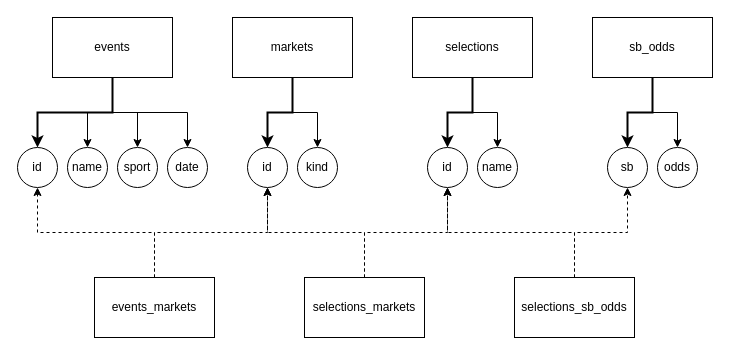
The draw.io diagram db2/Untitled Diagram.drawio in loemra/live_odds_scraper, before the edit. Source tidied: cells renumbered, new cells numbered last; positions are measured from the earlier drawing's top-left corner, leaving out a move shared by most shapes. Both pictures are drawn from the tidied source at 100%, with x=0, y=0 at pixel (17, 17).
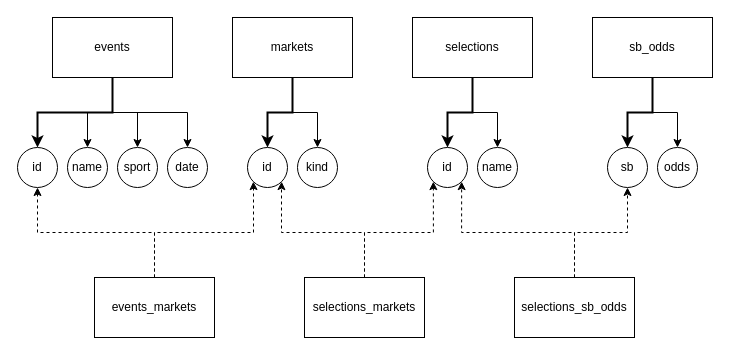
The same diagram, later.

Commit message:
separated arrows for added clarity.

Unchanged cells that the change refers to:
```xml
<mxCell id="14" value="id" style="ellipse;whiteSpace=wrap;html=1;" parent="1" vertex="1">
  <mxGeometry x="230" y="130" width="40" height="40" as="geometry" />
</mxCell>
<mxCell id="19" value="id" style="ellipse;whiteSpace=wrap;html=1;" parent="1" vertex="1">
  <mxGeometry x="410" y="130" width="40" height="40" as="geometry" />
</mxCell>
<mxCell id="28" value="events_markets" style="rounded=0;whiteSpace=wrap;html=1;" parent="1" vertex="1">
  <mxGeometry x="77" y="260" width="120" height="60" as="geometry" />
</mxCell>
<mxCell id="31" value="selections_markets" style="rounded=0;whiteSpace=wrap;html=1;" parent="1" vertex="1">
  <mxGeometry x="287" y="260" width="120" height="60" as="geometry" />
</mxCell>
<mxCell id="34" value="&lt;div&gt;selections_sb_odds&lt;/div&gt;" style="rounded=0;whiteSpace=wrap;html=1;" parent="1" vertex="1">
  <mxGeometry x="497" y="260" width="120" height="60" as="geometry" />
</mxCell>
```

What changed in the source:
```diff
@@
-    <mxCell id="27" style="edgeStyle=orthogonalEdgeStyle;rounded=0;jettySize=auto;html=1;exitX=0.5;exitY=0;exitDx=0;exitDy=0;entryX=0.5;entryY=1;entryDx=0;entryDy=0;dashed=1;" parent="1" edge="1" source="28" target="14">
-      <mxGeometry relative="1" as="geometry" />
+    <mxCell id="27" style="edgeStyle=orthogonalEdgeStyle;rounded=0;jettySize=auto;html=1;exitX=0.5;exitY=0;exitDx=0;exitDy=0;entryX=0;entryY=1;entryDx=0;entryDy=0;dashed=1;" parent="1" edge="1" source="28" target="14">
+      <mxGeometry relative="1" as="geometry">
+        <Array as="points">
+          <mxPoint x="137" y="215" />
+          <mxPoint x="236" y="215" />
+          <mxPoint x="236" y="170" />
+        </Array>
+      </mxGeometry>
     </mxCell>
@@
-    <mxCell id="29" style="edgeStyle=orthogonalEdgeStyle;rounded=0;jettySize=auto;html=1;exitX=0.5;exitY=0;exitDx=0;exitDy=0;entryX=0.5;entryY=1;entryDx=0;entryDy=0;dashed=1;" parent="1" edge="1" source="31" target="14">
-      <mxGeometry relative="1" as="geometry" />
+    <mxCell id="29" style="edgeStyle=orthogonalEdgeStyle;rounded=0;jettySize=auto;html=1;exitX=0.5;exitY=0;exitDx=0;exitDy=0;entryX=1;entryY=1;entryDx=0;entryDy=0;dashed=1;" parent="1" edge="1" source="31" target="14">
+      <mxGeometry relative="1" as="geometry">
+        <Array as="points">
+          <mxPoint x="347" y="215" />
+          <mxPoint x="264" y="215" />
+          <mxPoint x="264" y="170" />
+        </Array>
+      </mxGeometry>
     </mxCell>
-    <mxCell id="30" style="edgeStyle=orthogonalEdgeStyle;rounded=0;jettySize=auto;html=1;exitX=0.5;exitY=0;exitDx=0;exitDy=0;entryX=0.5;entryY=1;entryDx=0;entryDy=0;dashed=1;" parent="1" edge="1" source="31" target="19">
+    <mxCell id="30" style="edgeStyle=orthogonalEdgeStyle;rounded=0;jettySize=auto;html=1;exitX=0.5;exitY=0;exitDx=0;exitDy=0;entryX=0;entryY=1;entryDx=0;entryDy=0;dashed=1;" parent="1" edge="1" source="31" target="19">
       <mxGeometry relative="1" as="geometry" />
     </mxCell>
@@
-    <mxCell id="32" style="edgeStyle=orthogonalEdgeStyle;rounded=0;jettySize=auto;html=1;exitX=0.5;exitY=0;exitDx=0;exitDy=0;entryX=0.5;entryY=1;entryDx=0;entryDy=0;dashed=1;" parent="1" edge="1" source="34" target="19">
+    <mxCell id="32" style="edgeStyle=orthogonalEdgeStyle;rounded=0;jettySize=auto;html=1;exitX=0.5;exitY=0;exitDx=0;exitDy=0;entryX=1;entryY=1;entryDx=0;entryDy=0;dashed=1;" parent="1" edge="1" source="34" target="19">
       <mxGeometry relative="1" as="geometry" />
     </mxCell>
```
